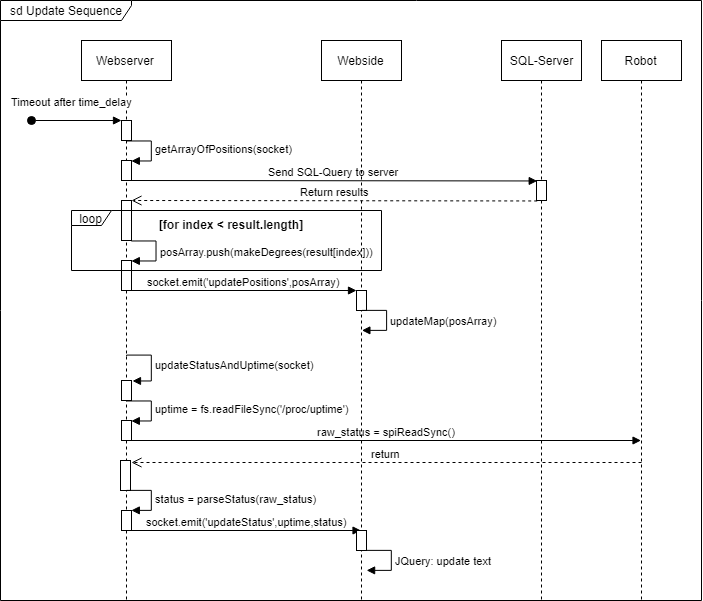
Before: Krav og Design/UpdateMap_SD.png, a diagram exported from draw.io (MkLJensen/iFollow). Source tidied: cells renumbered, new cells last; positions are measured from the earlier drawing's top-left corner, leaving out a move shared by most shapes.
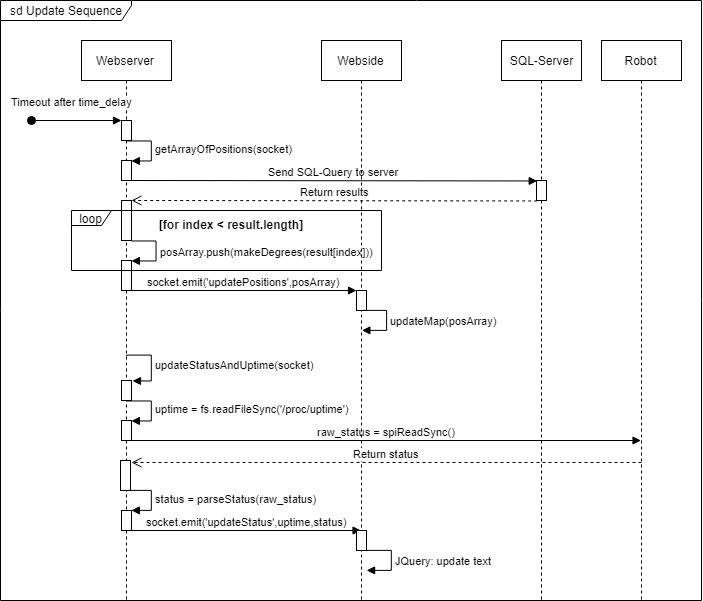
The same file after the commit.

Change to the diagram source:
```diff
@@ -146,7 +146,7 @@
     <mxCell id="32" value="[for index &lt; result.length]" style="text;align=center;fontStyle=1;verticalAlign=middle;spacingLeft=3;spacingRight=3;strokeColor=none;" parent="1" vertex="1">
       <mxGeometry x="191" y="212" width="80" height="26" as="geometry" />
     </mxCell>
-    <mxCell id="33" value="return" style="html=1;verticalAlign=bottom;endArrow=open;dashed=1;endSize=8;" parent="1" edge="1">
+    <mxCell id="33" value="Return status" style="html=1;verticalAlign=bottom;endArrow=open;dashed=1;endSize=8;" parent="1" edge="1">
       <mxGeometry relative="1" as="geometry">
         <mxPoint x="641" y="462" as="sourcePoint" />
         <mxPoint x="131" y="462" as="targetPoint" />
```
